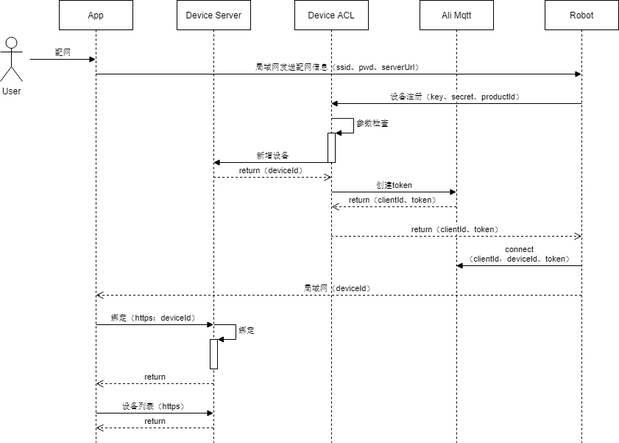
Above: device/配网.png in Jeff-Junfang/PNG (draw.io), before the change. Source tidied: cells renumbered, new cells last; positions are measured from the earlier drawing's top-left corner, leaving out a move shared by most shapes.
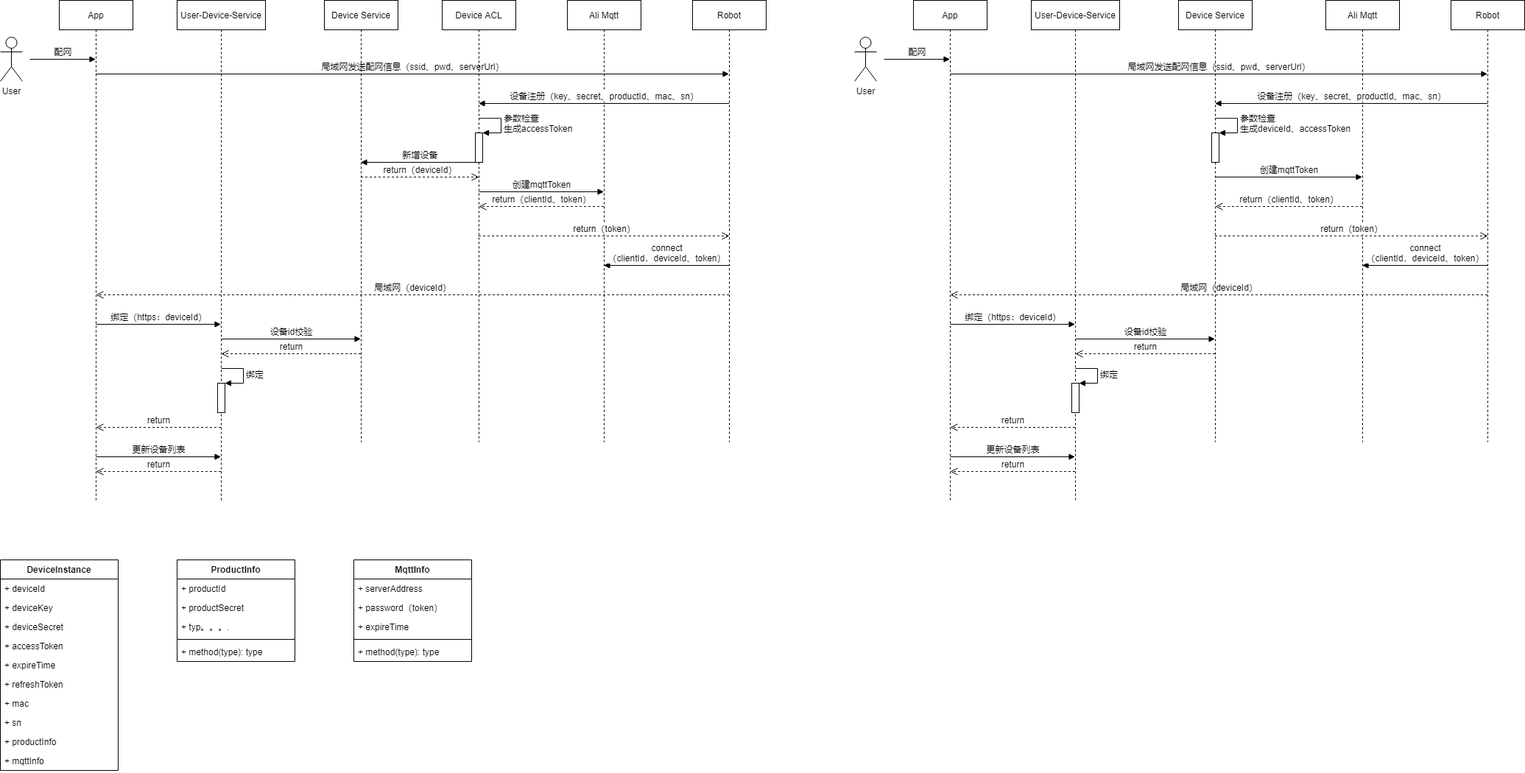
The same file after the commit.

Diff of the diagram source:
```diff
@@ -3,10 +3,10 @@
     <mxCell id="0" />
     <mxCell id="1" parent="0" />
     <mxCell id="2" value="User" style="shape=umlActor;verticalLabelPosition=bottom;verticalAlign=top;html=1;" parent="1" vertex="1">
-      <mxGeometry y="50" width="30" height="60" as="geometry" />
+      <mxGeometry x="-200" y="50" width="30" height="60" as="geometry" />
     </mxCell>
     <mxCell id="3" value="App" style="shape=umlLifeline;perimeter=lifelinePerimeter;whiteSpace=wrap;html=1;outlineConnect=0;" parent="1" vertex="1">
-      <mxGeometry x="80" width="100" height="600" as="geometry" />
+      <mxGeometry x="-120" width="100" height="680" as="geometry" />
     </mxCell>
     <mxCell id="4" value="局域网发送配网信息（ssid、pwd、serverUrl）" style="html=1;verticalAlign=bottom;endArrow=block;" parent="3" edge="1" target="21">
       <mxGeometry relative="1" as="geometry">
@@ -18,44 +18,33 @@
         <mxPoint x="50" y="400" as="targetPoint" />
       </mxGeometry>
     </mxCell>
-    <mxCell id="6" value="绑定（https：deviceId）" style="html=1;verticalAlign=bottom;endArrow=block;" parent="3" edge="1" target="10">
+    <mxCell id="6" value="绑定（https：deviceId）" style="html=1;verticalAlign=bottom;endArrow=block;" parent="3" edge="1" target="52">
       <mxGeometry relative="1" as="geometry">
         <mxPoint x="50" y="440" as="sourcePoint" />
       </mxGeometry>
     </mxCell>
-    <mxCell id="7" value="return" style="html=1;verticalAlign=bottom;endArrow=open;dashed=1;endSize=8;" parent="3" edge="1" source="10">
-      <mxGeometry relative="1" as="geometry">
-        <mxPoint x="50" y="520" as="targetPoint" />
-      </mxGeometry>
-    </mxCell>
-    <mxCell id="8" value="设备列表（https）" style="html=1;verticalAlign=bottom;endArrow=block;" parent="3" edge="1" target="10">
-      <mxGeometry relative="1" as="geometry">
-        <mxPoint x="50" y="560" as="sourcePoint" />
-      </mxGeometry>
-    </mxCell>
-    <mxCell id="9" value="return" style="html=1;verticalAlign=bottom;endArrow=open;dashed=1;endSize=8;" parent="3" edge="1" source="10">
-      <mxGeometry relative="1" as="geometry">
-        <mxPoint x="50" y="580" as="targetPoint" />
-      </mxGeometry>
-    </mxCell>
+    <mxCell id="26" value="return" style="html=1;verticalAlign=bottom;endArrow=open;dashed=1;endSize=8;" parent="3" edge="1" source="52">
+      <mxGeometry relative="1" as="geometry">
+        <mxPoint x="50" y="580" as="targetPoint" />
+      </mxGeometry>
+    </mxCell>
+    <mxCell id="27" value="更新设备列表" style="html=1;verticalAlign=bottom;endArrow=block;" parent="3" edge="1" target="52">
+      <mxGeometry relative="1" as="geometry">
+        <mxPoint x="50" y="620" as="sourcePoint" />
+      </mxGeometry>
+    </mxCell>
+    <mxCell id="28" value="return" style="html=1;verticalAlign=bottom;endArrow=open;dashed=1;endSize=8;" parent="3" edge="1" source="52">
+      <mxGeometry relative="1" as="geometry">
+        <mxPoint x="50" y="640" as="targetPoint" />
+      </mxGeometry>
+    </mxCell>
-    <mxCell id="10" value="Device Server" style="shape=umlLifeline;perimeter=lifelinePerimeter;whiteSpace=wrap;html=1;outlineConnect=0;" parent="1" vertex="1">
+    <mxCell id="10" value="Device Service" style="shape=umlLifeline;perimeter=lifelinePerimeter;whiteSpace=wrap;html=1;outlineConnect=0;" parent="1" vertex="1">
       <mxGeometry x="240" width="100" height="600" as="geometry" />
     </mxCell>
-    <mxCell id="11" style="html=1;points=[];perimeter=orthogonalPerimeter;" parent="10" vertex="1">
-      <mxGeometry x="45" y="460" width="10" height="40" as="geometry" />
-    </mxCell>
-    <mxCell id="12" value="绑定" style="edgeStyle=orthogonalEdgeStyle;html=1;align=left;spacingLeft=2;endArrow=block;rounded=0;entryX=1;entryY=0;" parent="10" edge="1" target="11">
-      <mxGeometry relative="1" as="geometry">
-        <mxPoint x="50" y="440" as="sourcePoint" />
-        <Array as="points">
-          <mxPoint x="80" y="440" />
-        </Array>
-      </mxGeometry>
-    </mxCell>
     <mxCell id="13" value="Device ACL" style="shape=umlLifeline;perimeter=lifelinePerimeter;whiteSpace=wrap;html=1;outlineConnect=0;" parent="1" vertex="1">
       <mxGeometry x="400" width="100" height="600" as="geometry" />
     </mxCell>
-    <mxCell id="14" value="创建token" style="html=1;verticalAlign=bottom;endArrow=block;" parent="13" edge="1" target="20">
+    <mxCell id="14" value="创建mqttToken" style="html=1;verticalAlign=bottom;endArrow=block;" parent="13" edge="1" target="20">
       <mxGeometry relative="1" as="geometry">
         <mxPoint x="50" y="260" as="sourcePoint" />
       </mxGeometry>
@@ -68,7 +57,7 @@
     <mxCell id="16" style="html=1;points=[];perimeter=orthogonalPerimeter;shadow=0;" parent="13" vertex="1">
       <mxGeometry x="45" y="180" width="10" height="40" as="geometry" />
     </mxCell>
-    <mxCell id="17" value="参数检查" style="edgeStyle=orthogonalEdgeStyle;html=1;align=left;spacingLeft=2;endArrow=block;rounded=0;entryX=1;entryY=0;exitX=0.5;exitY=0.267;exitDx=0;exitDy=0;exitPerimeter=0;" parent="13" edge="1" source="13" target="16">
+    <mxCell id="17" value="参数检查&lt;br&gt;生成accessToken" style="edgeStyle=orthogonalEdgeStyle;html=1;align=left;spacingLeft=2;endArrow=block;rounded=0;entryX=1;entryY=0;exitX=0.5;exitY=0.267;exitDx=0;exitDy=0;exitPerimeter=0;" parent="13" edge="1" source="13" target="16">
       <mxGeometry relative="1" as="geometry">
         <Array as="points">
           <mxPoint x="80" y="160" />
@@ -92,12 +81,12 @@
     <mxCell id="21" value="Robot" style="shape=umlLifeline;perimeter=lifelinePerimeter;whiteSpace=wrap;html=1;outlineConnect=0;" parent="1" vertex="1">
       <mxGeometry x="740" width="100" height="600" as="geometry" />
     </mxCell>
-    <mxCell id="22" value="设备注册（key、secret、productId）" style="html=1;verticalAlign=bottom;endArrow=block;" parent="21" edge="1" target="13">
+    <mxCell id="22" value="设备注册（key、secret、productId、mac、sn）" style="html=1;verticalAlign=bottom;endArrow=block;" parent="21" edge="1" target="13">
       <mxGeometry relative="1" as="geometry">
         <mxPoint x="50" y="140" as="sourcePoint" />
       </mxGeometry>
     </mxCell>
-    <mxCell id="23" value="return（clientId、token）" style="html=1;verticalAlign=bottom;endArrow=open;dashed=1;endSize=8;" parent="21" edge="1" source="13">
+    <mxCell id="23" value="return（token）" style="html=1;verticalAlign=bottom;endArrow=open;dashed=1;endSize=8;" parent="21" edge="1" source="13">
       <mxGeometry relative="1" as="geometry">
         <mxPoint x="50" y="320" as="targetPoint" />
       </mxGeometry>
@@ -109,8 +98,213 @@
     </mxCell>
     <mxCell id="25" value="配网" style="html=1;verticalAlign=bottom;endArrow=block;" parent="1" edge="1" target="3">
       <mxGeometry relative="1" as="geometry">
-        <mxPoint x="40" y="80" as="sourcePoint" />
+        <mxPoint x="-160" y="80" as="sourcePoint" />
       </mxGeometry>
     </mxCell>
+    <mxCell id="29" value="DeviceInstance" style="swimlane;fontStyle=1;align=center;verticalAlign=top;horizontal=1;startSize=26;" parent="1" vertex="1">
+      <mxGeometry x="-200" y="760" width="160" height="286" as="geometry" />
+    </mxCell>
+    <mxCell id="30" value="+ deviceId" style="text;strokeColor=none;fillColor=none;align=left;verticalAlign=top;spacingLeft=4;spacingRight=4;overflow=hidden;" parent="29" vertex="1">
+      <mxGeometry y="26" width="160" height="26" as="geometry" />
+    </mxCell>
+    <mxCell id="31" value="+ deviceKey" style="text;strokeColor=none;fillColor=none;align=left;verticalAlign=top;spacingLeft=4;spacingRight=4;overflow=hidden;" parent="29" vertex="1">
+      <mxGeometry y="52" width="160" height="26" as="geometry" />
+    </mxCell>
+    <mxCell id="32" value="+ deviceSecret" style="text;strokeColor=none;fillColor=none;align=left;verticalAlign=top;spacingLeft=4;spacingRight=4;overflow=hidden;" parent="29" vertex="1">
+      <mxGeometry y="78" width="160" height="26" as="geometry" />
+    </mxCell>
+    <mxCell id="33" value="+ accessToken" style="text;strokeColor=none;fillColor=none;align=left;verticalAlign=top;spacingLeft=4;spacingRight=4;overflow=hidden;" parent="29" vertex="1">
+      <mxGeometry y="104" width="160" height="26" as="geometry" />
+    </mxCell>
+    <mxCell id="34" value="+ expireTime" style="text;strokeColor=none;fillColor=none;align=left;verticalAlign=top;spacingLeft=4;spacingRight=4;overflow=hidden;" parent="29" vertex="1">
+      <mxGeometry y="130" width="160" height="26" as="geometry" />
+    </mxCell>
+    <mxCell id="35" value="+ refreshToken" style="text;strokeColor=none;fillColor=none;align=left;verticalAlign=top;spacingLeft=4;spacingRight=4;overflow=hidden;" parent="29" vertex="1">
+      <mxGeometry y="156" width="160" height="26" as="geometry" />
+    </mxCell>
+    <mxCell id="36" value="+ mac" style="text;strokeColor=none;fillColor=none;align=left;verticalAlign=top;spacingLeft=4;spacingRight=4;overflow=hidden;" parent="29" vertex="1">
+      <mxGeometry y="182" width="160" height="26" as="geometry" />
+    </mxCell>
+    <mxCell id="37" value="+ sn" style="text;strokeColor=none;fillColor=none;align=left;verticalAlign=top;spacingLeft=4;spacingRight=4;overflow=hidden;" parent="29" vertex="1">
+      <mxGeometry y="208" width="160" height="26" as="geometry" />
+    </mxCell>
+    <mxCell id="38" value="+ productInfo" style="text;strokeColor=none;fillColor=none;align=left;verticalAlign=top;spacingLeft=4;spacingRight=4;overflow=hidden;" parent="29" vertex="1">
+      <mxGeometry y="234" width="160" height="26" as="geometry" />
+    </mxCell>
+    <mxCell id="39" value="+ mqttInfo" style="text;strokeColor=none;fillColor=none;align=left;verticalAlign=top;spacingLeft=4;spacingRight=4;overflow=hidden;" parent="29" vertex="1">
+      <mxGeometry y="260" width="160" height="26" as="geometry" />
+    </mxCell>
+    <mxCell id="40" value="ProductInfo" style="swimlane;fontStyle=1;align=center;verticalAlign=top;horizontal=1;startSize=26;" parent="1" vertex="1">
+      <mxGeometry x="40" y="760" width="160" height="138" as="geometry" />
+    </mxCell>
+    <mxCell id="41" value="+ productId" style="text;strokeColor=none;fillColor=none;align=left;verticalAlign=top;spacingLeft=4;spacingRight=4;overflow=hidden;" parent="40" vertex="1">
+      <mxGeometry y="26" width="160" height="26" as="geometry" />
+    </mxCell>
+    <mxCell id="42" value="+ productSecret" style="text;strokeColor=none;fillColor=none;align=left;verticalAlign=top;spacingLeft=4;spacingRight=4;overflow=hidden;" parent="40" vertex="1">
+      <mxGeometry y="52" width="160" height="26" as="geometry" />
+    </mxCell>
+    <mxCell id="43" value="+ typ。。。." style="text;strokeColor=none;fillColor=none;align=left;verticalAlign=top;spacingLeft=4;spacingRight=4;overflow=hidden;" parent="40" vertex="1">
+      <mxGeometry y="78" width="160" height="26" as="geometry" />
+    </mxCell>
+    <mxCell id="44" style="line;strokeWidth=1;fillColor=none;align=left;verticalAlign=middle;spacingTop=-1;spacingLeft=3;spacingRight=3;labelPosition=right;" parent="40" vertex="1">
+      <mxGeometry y="104" width="160" height="8" as="geometry" />
+    </mxCell>
+    <mxCell id="45" value="+ method(type): type" style="text;strokeColor=none;fillColor=none;align=left;verticalAlign=top;spacingLeft=4;spacingRight=4;overflow=hidden;" parent="40" vertex="1">
+      <mxGeometry y="112" width="160" height="26" as="geometry" />
+    </mxCell>
+    <mxCell id="46" value="MqttInfo" style="swimlane;fontStyle=1;align=center;verticalAlign=top;horizontal=1;startSize=26;" parent="1" vertex="1">
+      <mxGeometry x="280" y="760" width="160" height="138" as="geometry" />
+    </mxCell>
+    <mxCell id="47" value="+ serverAddress" style="text;strokeColor=none;fillColor=none;align=left;verticalAlign=top;spacingLeft=4;spacingRight=4;overflow=hidden;" parent="46" vertex="1">
+      <mxGeometry y="26" width="160" height="26" as="geometry" />
+    </mxCell>
+    <mxCell id="48" value="+ password（token）" style="text;strokeColor=none;fillColor=none;align=left;verticalAlign=top;spacingLeft=4;spacingRight=4;overflow=hidden;" parent="46" vertex="1">
+      <mxGeometry y="52" width="160" height="26" as="geometry" />
+    </mxCell>
+    <mxCell id="49" value="+ expireTime" style="text;strokeColor=none;fillColor=none;align=left;verticalAlign=top;spacingLeft=4;spacingRight=4;overflow=hidden;" parent="46" vertex="1">
+      <mxGeometry y="78" width="160" height="26" as="geometry" />
+    </mxCell>
+    <mxCell id="50" style="line;strokeWidth=1;fillColor=none;align=left;verticalAlign=middle;spacingTop=-1;spacingLeft=3;spacingRight=3;labelPosition=right;" parent="46" vertex="1">
+      <mxGeometry y="104" width="160" height="8" as="geometry" />
+    </mxCell>
+    <mxCell id="51" value="+ method(type): type" style="text;strokeColor=none;fillColor=none;align=left;verticalAlign=top;spacingLeft=4;spacingRight=4;overflow=hidden;" parent="46" vertex="1">
+      <mxGeometry y="112" width="160" height="26" as="geometry" />
+    </mxCell>
+    <mxCell id="52" value="User-Device-Service" style="shape=umlLifeline;perimeter=lifelinePerimeter;whiteSpace=wrap;html=1;outlineConnect=0;" parent="1" vertex="1">
+      <mxGeometry x="40" width="120" height="680" as="geometry" />
+    </mxCell>
+    <mxCell id="53" value="设备id校验" style="html=1;verticalAlign=bottom;endArrow=block;" parent="52" edge="1" target="10">
+      <mxGeometry relative="1" as="geometry">
+        <mxPoint x="60" y="460" as="sourcePoint" />
+      </mxGeometry>
+    </mxCell>
+    <mxCell id="54" value="return" style="html=1;verticalAlign=bottom;endArrow=open;dashed=1;endSize=8;" parent="52" edge="1" source="10">
+      <mxGeometry relative="1" as="geometry">
+        <mxPoint x="60" y="480" as="targetPoint" />
+      </mxGeometry>
+    </mxCell>
+    <mxCell id="55" style="html=1;points=[];perimeter=orthogonalPerimeter;" parent="52" vertex="1">
+      <mxGeometry x="55" y="520" width="10" height="40" as="geometry" />
+    </mxCell>
+    <mxCell id="56" value="绑定" style="edgeStyle=orthogonalEdgeStyle;html=1;align=left;spacingLeft=2;endArrow=block;rounded=0;entryX=1;entryY=0;" parent="52" edge="1" target="55">
+      <mxGeometry relative="1" as="geometry">
+        <mxPoint x="60" y="500" as="sourcePoint" />
+        <Array as="points">
+          <mxPoint x="90" y="500" />
+        </Array>
+      </mxGeometry>
+    </mxCell>
+    <mxCell id="57" value="User" style="shape=umlActor;verticalLabelPosition=bottom;verticalAlign=top;html=1;" parent="1" vertex="1">
+      <mxGeometry x="960" y="50" width="30" height="60" as="geometry" />
+    </mxCell>
+    <mxCell id="58" value="App" style="shape=umlLifeline;perimeter=lifelinePerimeter;whiteSpace=wrap;html=1;outlineConnect=0;" parent="1" vertex="1">
+      <mxGeometry x="1040" width="100" height="680" as="geometry" />
+    </mxCell>
+    <mxCell id="59" value="局域网发送配网信息（ssid、pwd、serverUrl）" style="html=1;verticalAlign=bottom;endArrow=block;" parent="58" edge="1" target="71">
+      <mxGeometry relative="1" as="geometry">
+        <mxPoint x="50" y="100" as="sourcePoint" />
+      </mxGeometry>
+    </mxCell>
+    <mxCell id="60" value="局域网（deviceId）" style="html=1;verticalAlign=bottom;endArrow=open;dashed=1;endSize=8;" parent="58" edge="1" source="71">
+      <mxGeometry relative="1" as="geometry">
+        <mxPoint x="50" y="400" as="targetPoint" />
+      </mxGeometry>
+    </mxCell>
+    <mxCell id="61" value="绑定（https：deviceId）" style="html=1;verticalAlign=bottom;endArrow=block;" parent="58" edge="1" target="76">
+      <mxGeometry relative="1" as="geometry">
+        <mxPoint x="50" y="440" as="sourcePoint" />
+      </mxGeometry>
+    </mxCell>
+    <mxCell id="62" value="return" style="html=1;verticalAlign=bottom;endArrow=open;dashed=1;endSize=8;" parent="58" edge="1" source="76">
+      <mxGeometry relative="1" as="geometry">
+        <mxPoint x="50" y="580" as="targetPoint" />
+      </mxGeometry>
+    </mxCell>
+    <mxCell id="63" value="更新设备列表" style="html=1;verticalAlign=bottom;endArrow=block;" parent="58" edge="1" target="76">
+      <mxGeometry relative="1" as="geometry">
+        <mxPoint x="50" y="620" as="sourcePoint" />
+      </mxGeometry>
+    </mxCell>
+    <mxCell id="64" value="return" style="html=1;verticalAlign=bottom;endArrow=open;dashed=1;endSize=8;" parent="58" edge="1" source="76">
+      <mxGeometry relative="1" as="geometry">
+        <mxPoint x="50" y="640" as="targetPoint" />
+      </mxGeometry>
+    </mxCell>
+    <mxCell id="65" value="Device Service" style="shape=umlLifeline;perimeter=lifelinePerimeter;whiteSpace=wrap;html=1;outlineConnect=0;" parent="1" vertex="1">
+      <mxGeometry x="1400" width="100" height="600" as="geometry" />
+    </mxCell>
+    <mxCell id="66" value="创建mqttToken" style="html=1;verticalAlign=bottom;endArrow=block;" parent="65" edge="1" target="70">
+      <mxGeometry relative="1" as="geometry">
+        <mxPoint x="50" y="240" as="sourcePoint" />
+      </mxGeometry>
+    </mxCell>
+    <mxCell id="67" value="return（clientId、token）" style="html=1;verticalAlign=bottom;endArrow=open;dashed=1;endSize=8;" parent="65" edge="1" source="70">
+      <mxGeometry relative="1" as="geometry">
+        <mxPoint x="50" y="280" as="targetPoint" />
+      </mxGeometry>
+    </mxCell>
+    <mxCell id="68" style="html=1;points=[];perimeter=orthogonalPerimeter;shadow=0;" parent="65" vertex="1">
+      <mxGeometry x="45" y="180" width="10" height="40" as="geometry" />
+    </mxCell>
+    <mxCell id="69" value="参数检查&lt;br&gt;生成deviceId、accessToken" style="edgeStyle=orthogonalEdgeStyle;html=1;align=left;spacingLeft=2;endArrow=block;rounded=0;entryX=1;entryY=0;exitX=0.5;exitY=0.267;exitDx=0;exitDy=0;exitPerimeter=0;" parent="65" edge="1" source="65" target="68">
+      <mxGeometry relative="1" as="geometry">
+        <Array as="points">
+          <mxPoint x="80" y="160" />
+          <mxPoint x="80" y="180" />
+        </Array>
+      </mxGeometry>
+    </mxCell>
+    <mxCell id="70" value="Ali Mqtt" style="shape=umlLifeline;perimeter=lifelinePerimeter;whiteSpace=wrap;html=1;outlineConnect=0;" parent="1" vertex="1">
+      <mxGeometry x="1600" width="100" height="600" as="geometry" />
+    </mxCell>
+    <mxCell id="71" value="Robot" style="shape=umlLifeline;perimeter=lifelinePerimeter;whiteSpace=wrap;html=1;outlineConnect=0;" parent="1" vertex="1">
+      <mxGeometry x="1770" width="100" height="600" as="geometry" />
+    </mxCell>
+    <mxCell id="72" value="设备注册（key、secret、productId、mac、sn）" style="html=1;verticalAlign=bottom;endArrow=block;" parent="71" edge="1" target="65">
+      <mxGeometry relative="1" as="geometry">
+        <mxPoint x="50" y="140" as="sourcePoint" />
+      </mxGeometry>
+    </mxCell>
+    <mxCell id="73" value="return（token）" style="html=1;verticalAlign=bottom;endArrow=open;dashed=1;endSize=8;" parent="71" edge="1" source="65">
+      <mxGeometry relative="1" as="geometry">
+        <mxPoint x="50" y="320" as="targetPoint" />
+      </mxGeometry>
+    </mxCell>
+    <mxCell id="74" value="connect&lt;br&gt;（clientId，deviceId、token）" style="html=1;verticalAlign=bottom;endArrow=block;" parent="71" edge="1" target="70">
+      <mxGeometry relative="1" as="geometry">
+        <mxPoint x="50" y="360" as="sourcePoint" />
+      </mxGeometry>
+    </mxCell>
+    <mxCell id="75" value="配网" style="html=1;verticalAlign=bottom;endArrow=block;" parent="1" edge="1" target="58">
+      <mxGeometry relative="1" as="geometry">
+        <mxPoint x="1000" y="80" as="sourcePoint" />
+      </mxGeometry>
+    </mxCell>
+    <mxCell id="76" value="User-Device-Service" style="shape=umlLifeline;perimeter=lifelinePerimeter;whiteSpace=wrap;html=1;outlineConnect=0;" parent="1" vertex="1">
+      <mxGeometry x="1200" width="120" height="680" as="geometry" />
+    </mxCell>
+    <mxCell id="77" value="设备id校验" style="html=1;verticalAlign=bottom;endArrow=block;" parent="76" edge="1">
+      <mxGeometry relative="1" as="geometry">
+        <mxPoint x="60" y="460" as="sourcePoint" />
+        <mxPoint x="249.5" y="460" as="targetPoint" />
+      </mxGeometry>
+    </mxCell>
+    <mxCell id="78" value="return" style="html=1;verticalAlign=bottom;endArrow=open;dashed=1;endSize=8;" parent="76" edge="1">
+      <mxGeometry relative="1" as="geometry">
+        <mxPoint x="249.5" y="480" as="sourcePoint" />
+        <mxPoint x="60" y="480" as="targetPoint" />
+      </mxGeometry>
+    </mxCell>
+    <mxCell id="79" style="html=1;points=[];perimeter=orthogonalPerimeter;" parent="76" vertex="1">
+      <mxGeometry x="55" y="520" width="10" height="40" as="geometry" />
+    </mxCell>
+    <mxCell id="80" value="绑定" style="edgeStyle=orthogonalEdgeStyle;html=1;align=left;spacingLeft=2;endArrow=block;rounded=0;entryX=1;entryY=0;" parent="76" edge="1" target="79">
+      <mxGeometry relative="1" as="geometry">
+        <mxPoint x="60" y="500" as="sourcePoint" />
+        <Array as="points">
+          <mxPoint x="90" y="500" />
+        </Array>
+      </mxGeometry>
+    </mxCell>
   </root>
 </mxGraphModel>
```
